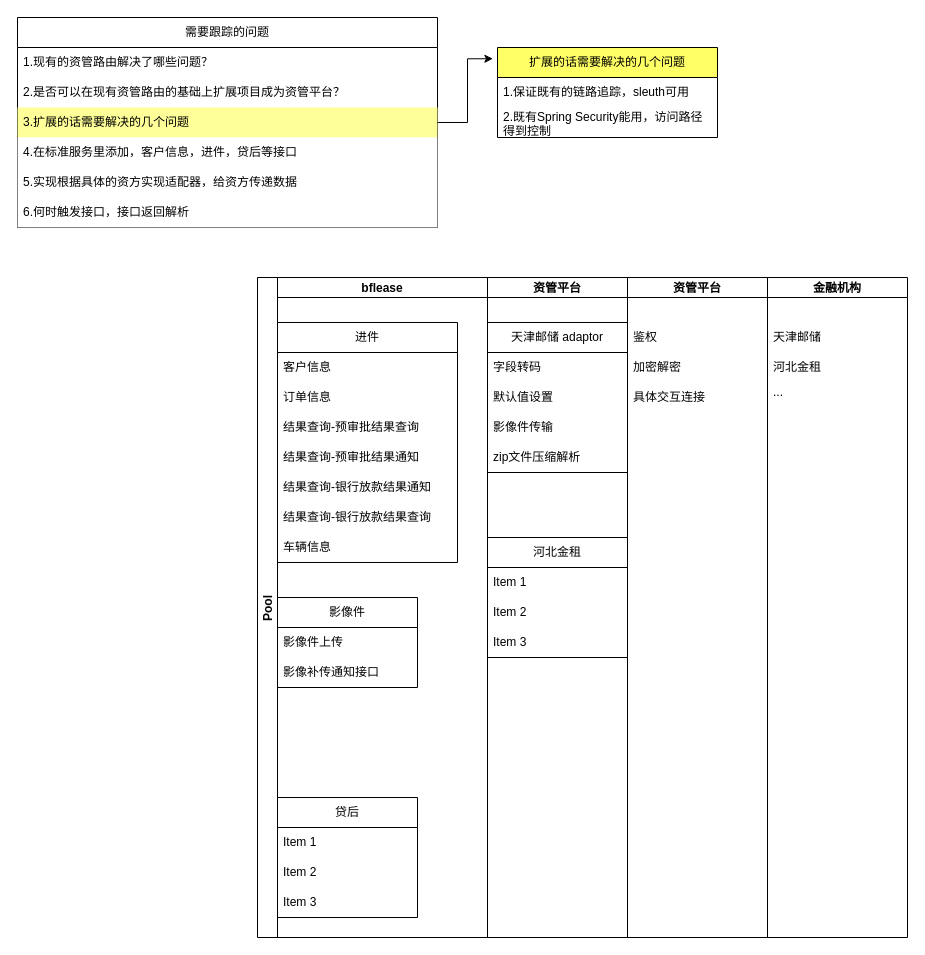
Before: 资管平台1.0.drawio in XiongZen/QJReconstitution, a draw.io diagram. Source tidied: cells renumbered, new cells numbered last; positions are measured from the earlier drawing's top-left corner, leaving out a move shared by most shapes. Both pictures are drawn from the tidied source at 100%, with x=0, y=0 at pixel (17, 17).
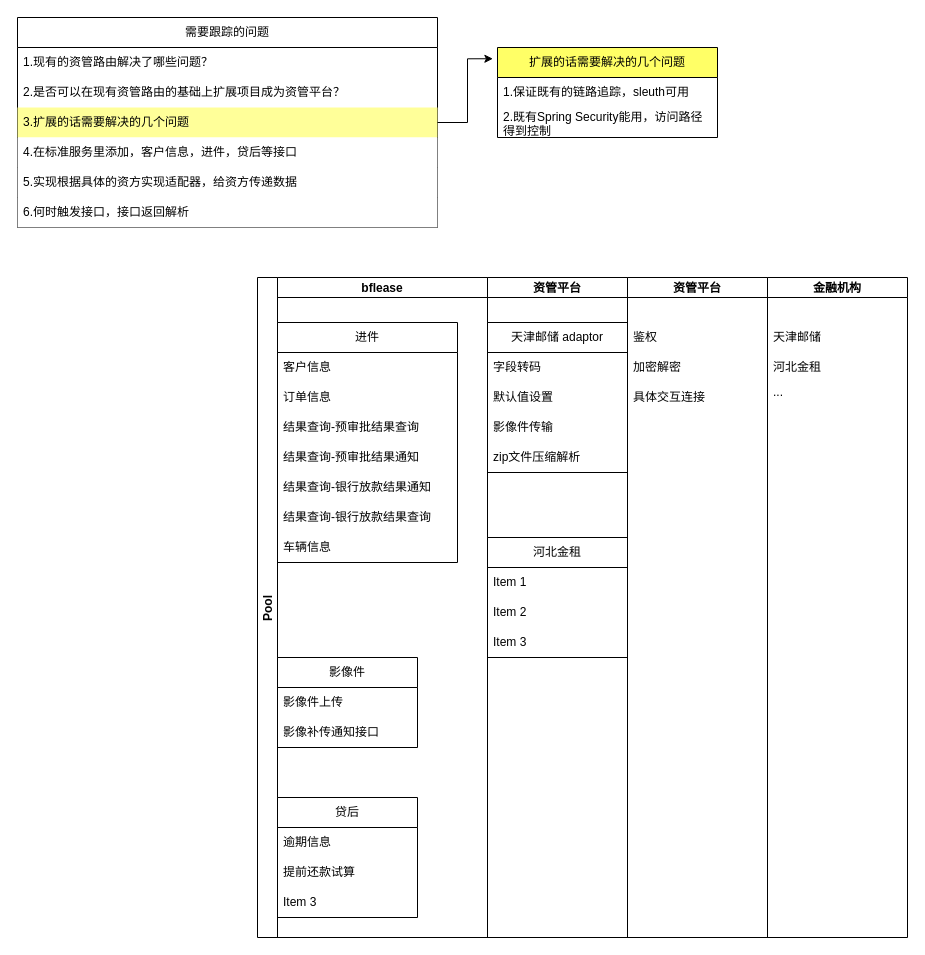
The same diagram, later.

Commit message:
更新资管平台1.0.drawio

Unchanged cells that the change refers to:
```xml
<mxCell id="3" value="bflease" style="swimlane;startSize=20;" parent="2" vertex="1">
  <mxGeometry x="20" width="210" height="660" as="geometry" />
</mxCell>
<mxCell id="12" value="贷后" style="swimlane;fontStyle=0;horizontal=1;startSize=30;whiteSpace=wrap;html=1;" parent="3" vertex="1">
  <mxGeometry y="520" width="140" height="120" as="geometry" />
</mxCell>
```

What changed in the source:
```diff
@@
-    <mxCell id="13" value="Item 1" style="text;strokeColor=none;fillColor=none;align=left;verticalAlign=middle;spacingLeft=4;spacingRight=4;overflow=hidden;whiteSpace=wrap;html=1;" parent="12" vertex="1">
+    <mxCell id="13" value="逾期信息" style="text;strokeColor=none;fillColor=none;align=left;verticalAlign=middle;spacingLeft=4;spacingRight=4;overflow=hidden;whiteSpace=wrap;html=1;" parent="12" vertex="1">
       <mxGeometry y="30" width="140" height="30" as="geometry" />
     </mxCell>
-    <mxCell id="14" value="Item 2" style="text;strokeColor=none;fillColor=none;align=left;verticalAlign=middle;spacingLeft=4;spacingRight=4;overflow=hidden;whiteSpace=wrap;html=1;" parent="12" vertex="1">
+    <mxCell id="14" value="提前还款试算" style="text;strokeColor=none;fillColor=none;align=left;verticalAlign=middle;spacingLeft=4;spacingRight=4;overflow=hidden;whiteSpace=wrap;html=1;" parent="12" vertex="1">
       <mxGeometry y="60" width="140" height="30" as="geometry" />
     </mxCell>
@@
     <mxCell id="16" value="影像件" style="swimlane;fontStyle=0;horizontal=1;startSize=30;whiteSpace=wrap;html=1;" parent="3" vertex="1">
-      <mxGeometry y="320" width="140" height="90" as="geometry" />
+      <mxGeometry y="380" width="140" height="90" as="geometry" />
     </mxCell>
```
